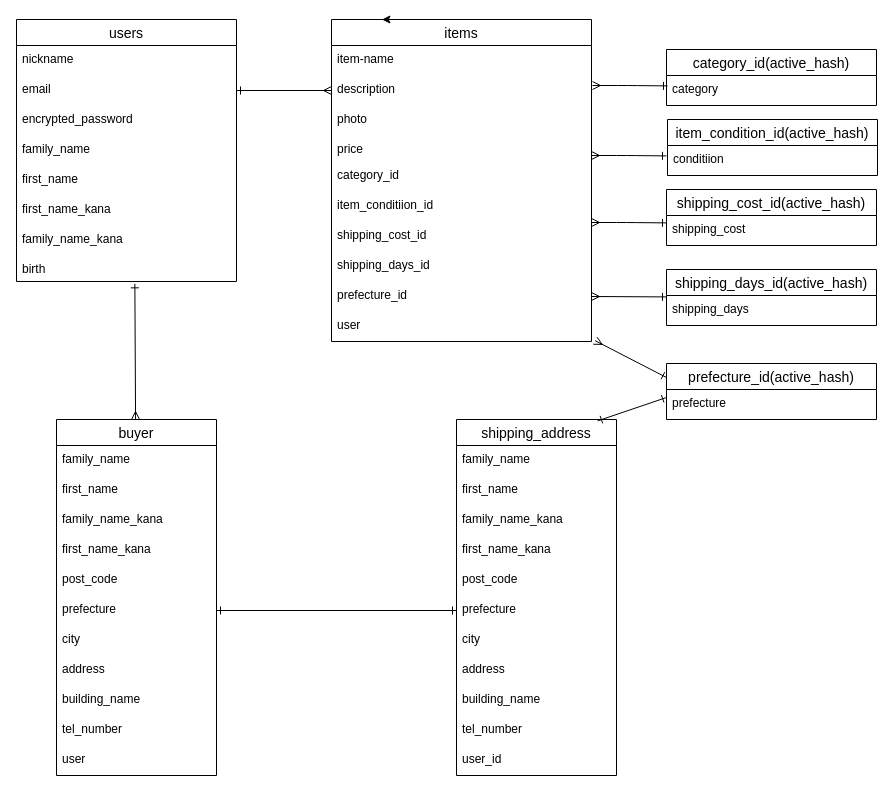
The draw.io diagram test.dio in Shimshin21/furima-37024, before the edit. Source tidied: cells renumbered, new cells numbered last; positions are measured from the earlier drawing's top-left corner, leaving out a move shared by most shapes. Both pictures are drawn from the tidied source at 100%, with x=0, y=0 at pixel (16, 19).
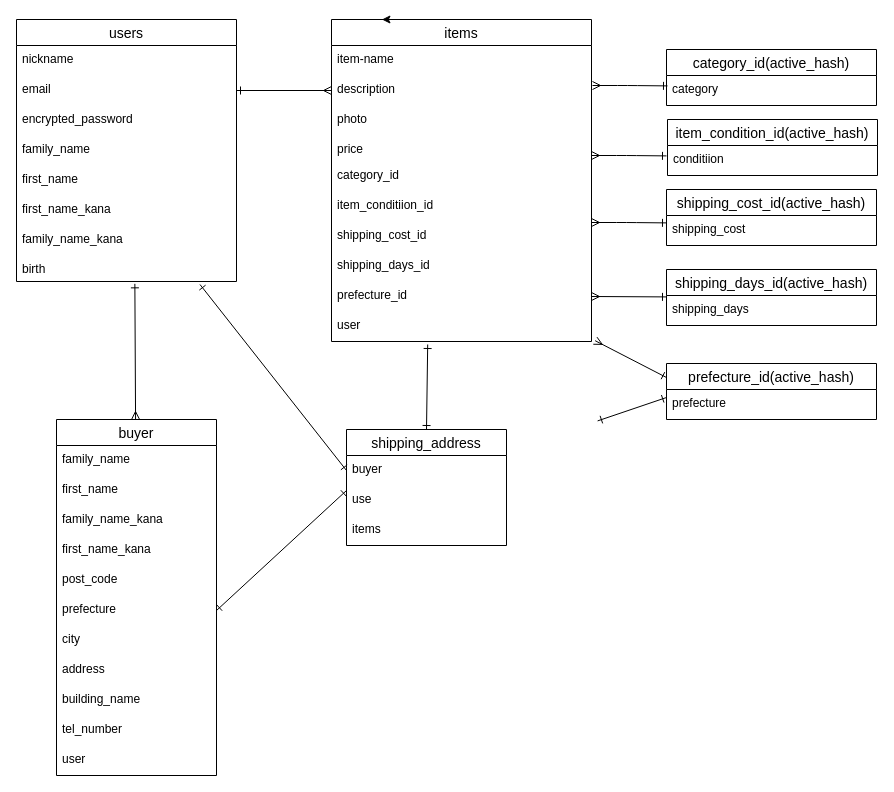
The same page after the edit.

The change refers to these unchanged cells:
```xml
<mxCell id="10" value="birth" style="text;strokeColor=none;fillColor=none;spacingLeft=4;spacingRight=4;overflow=hidden;points=[[0,0.5],[1,0.5]];portConstraint=eastwest;fontSize=12;" parent="2" vertex="1">
  <mxGeometry y="236" width="220" height="26" as="geometry" />
</mxCell>
<mxCell id="21" value="user" style="text;strokeColor=none;fillColor=none;spacingLeft=4;spacingRight=4;overflow=hidden;points=[[0,0.5],[1,0.5]];portConstraint=eastwest;fontSize=12;" parent="11" vertex="1">
  <mxGeometry y="292" width="260" height="30" as="geometry" />
</mxCell>
<mxCell id="31" value="prefecture" style="text;strokeColor=none;fillColor=none;spacingLeft=4;spacingRight=4;overflow=hidden;points=[[0,0.5],[1,0.5]];portConstraint=eastwest;fontSize=12;" parent="25" vertex="1">
  <mxGeometry y="176" width="160" height="30" as="geometry" />
</mxCell>
```

Change to the diagram source:
```diff
@@
+    <mxCell id="66" style="edgeStyle=none;html=1;exitX=0.5;exitY=0;exitDx=0;exitDy=0;entryX=0.37;entryY=1.1;entryDx=0;entryDy=0;entryPerimeter=0;startArrow=ERone;startFill=0;endArrow=ERone;endFill=0;" parent="1" edge="1" source="39" target="21">
+      <mxGeometry relative="1" as="geometry" />
+    </mxCell>
     <mxCell id="39" value="shipping_address" style="swimlane;fontStyle=0;horizontal=1;startSize=26;align=center;fontSize=14;" parent="1" vertex="1">
-      <mxGeometry x="440" y="400" width="160" height="356" as="geometry" />
+      <mxGeometry x="330" y="410" width="160" height="116" as="geometry" />
     </mxCell>
-    <mxCell id="40" value="family_name" style="text;strokeColor=none;fillColor=none;spacingLeft=4;spacingRight=4;overflow=hidden;points=[[0,0.5],[1,0.5]];portConstraint=eastwest;fontSize=12;" parent="39" vertex="1">
+    <mxCell id="40" value="buyer" style="text;strokeColor=none;fillColor=none;spacingLeft=4;spacingRight=4;overflow=hidden;points=[[0,0.5],[1,0.5]];portConstraint=eastwest;fontSize=12;" parent="39" vertex="1">
       <mxGeometry y="26" width="160" height="30" as="geometry" />
     </mxCell>
-    <mxCell id="41" value="first_name" style="text;strokeColor=none;fillColor=none;spacingLeft=4;spacingRight=4;overflow=hidden;fontSize=12;" parent="39" vertex="1">
-      <mxGeometry y="56" width="160" height="30" as="geometry" />
-    </mxCell>
-    <mxCell id="42" value="family_name_kana" style="text;strokeColor=none;fillColor=none;spacingLeft=4;spacingRight=4;overflow=hidden;fontSize=12;" parent="39" vertex="1">
-      <mxGeometry y="86" width="160" height="30" as="geometry" />
-    </mxCell>
-    <mxCell id="43" value="first_name_kana" style="text;strokeColor=none;fillColor=none;spacingLeft=4;spacingRight=4;overflow=hidden;fontSize=12;" parent="39" vertex="1">
-      <mxGeometry y="116" width="160" height="30" as="geometry" />
-    </mxCell>
-    <mxCell id="44" value="post_code" style="text;strokeColor=none;fillColor=none;spacingLeft=4;spacingRight=4;overflow=hidden;fontSize=12;" parent="39" vertex="1">
-      <mxGeometry y="146" width="160" height="30" as="geometry" />
-    </mxCell>
-    <mxCell id="45" value="prefecture" style="text;strokeColor=none;fillColor=none;spacingLeft=4;spacingRight=4;overflow=hidden;points=[[0,0.5],[1,0.5]];portConstraint=eastwest;fontSize=12;" parent="39" vertex="1">
-      <mxGeometry y="176" width="160" height="30" as="geometry" />
-    </mxCell>
-    <mxCell id="46" value="city" style="text;strokeColor=none;fillColor=none;spacingLeft=4;spacingRight=4;overflow=hidden;fontSize=12;" parent="39" vertex="1">
-      <mxGeometry y="206" width="160" height="30" as="geometry" />
-    </mxCell>
-    <mxCell id="47" value="address" style="text;strokeColor=none;fillColor=none;spacingLeft=4;spacingRight=4;overflow=hidden;fontSize=12;" parent="39" vertex="1">
-      <mxGeometry y="236" width="160" height="30" as="geometry" />
-    </mxCell>
-    <mxCell id="48" value="building_name" style="text;strokeColor=none;fillColor=none;spacingLeft=4;spacingRight=4;overflow=hidden;fontSize=12;" parent="39" vertex="1">
-      <mxGeometry y="266" width="160" height="30" as="geometry" />
-    </mxCell>
-    <mxCell id="49" value="tel_number" style="text;strokeColor=none;fillColor=none;spacingLeft=4;spacingRight=4;overflow=hidden;fontSize=12;" parent="39" vertex="1">
-      <mxGeometry y="296" width="160" height="30" as="geometry" />
-    </mxCell>
+    <mxCell id="67" value="use" style="text;strokeColor=none;fillColor=none;spacingLeft=4;spacingRight=4;overflow=hidden;fontSize=12;" parent="39" vertex="1">
+      <mxGeometry y="56" width="160" height="30" as="geometry" />
+    </mxCell>
-    <mxCell id="50" value="user_id" style="text;strokeColor=none;fillColor=none;spacingLeft=4;spacingRight=4;overflow=hidden;fontSize=12;" parent="39" vertex="1">
-      <mxGeometry y="326" width="160" height="30" as="geometry" />
+    <mxCell id="50" value="items" style="text;strokeColor=none;fillColor=none;spacingLeft=4;spacingRight=4;overflow=hidden;fontSize=12;" parent="39" vertex="1">
+      <mxGeometry y="86" width="160" height="30" as="geometry" />
     </mxCell>
-    <mxCell id="51" style="html=1;exitX=1;exitY=0.5;exitDx=0;exitDy=0;entryX=0;entryY=0.5;entryDx=0;entryDy=0;startArrow=ERone;startFill=0;endArrow=ERone;endFill=0;" parent="1" edge="1" source="31" target="45">
-      <mxGeometry relative="1" as="geometry" />
+    <mxCell id="51" style="html=1;exitX=1;exitY=0.5;exitDx=0;exitDy=0;entryX=0;entryY=0.5;entryDx=0;entryDy=0;startArrow=ERone;startFill=0;endArrow=ERone;endFill=0;" parent="1" edge="1" source="31">
+      <mxGeometry relative="1" as="geometry">
+        <mxPoint x="330" y="471" as="targetPoint" />
+      </mxGeometry>
     </mxCell>
@@
+    <mxCell id="68" style="edgeStyle=none;html=1;exitX=0;exitY=0.5;exitDx=0;exitDy=0;entryX=0.834;entryY=1.115;entryDx=0;entryDy=0;entryPerimeter=0;startArrow=ERone;startFill=0;endArrow=ERone;endFill=0;" parent="1" edge="1" source="40" target="10">
+      <mxGeometry relative="1" as="geometry" />
+    </mxCell>
```
